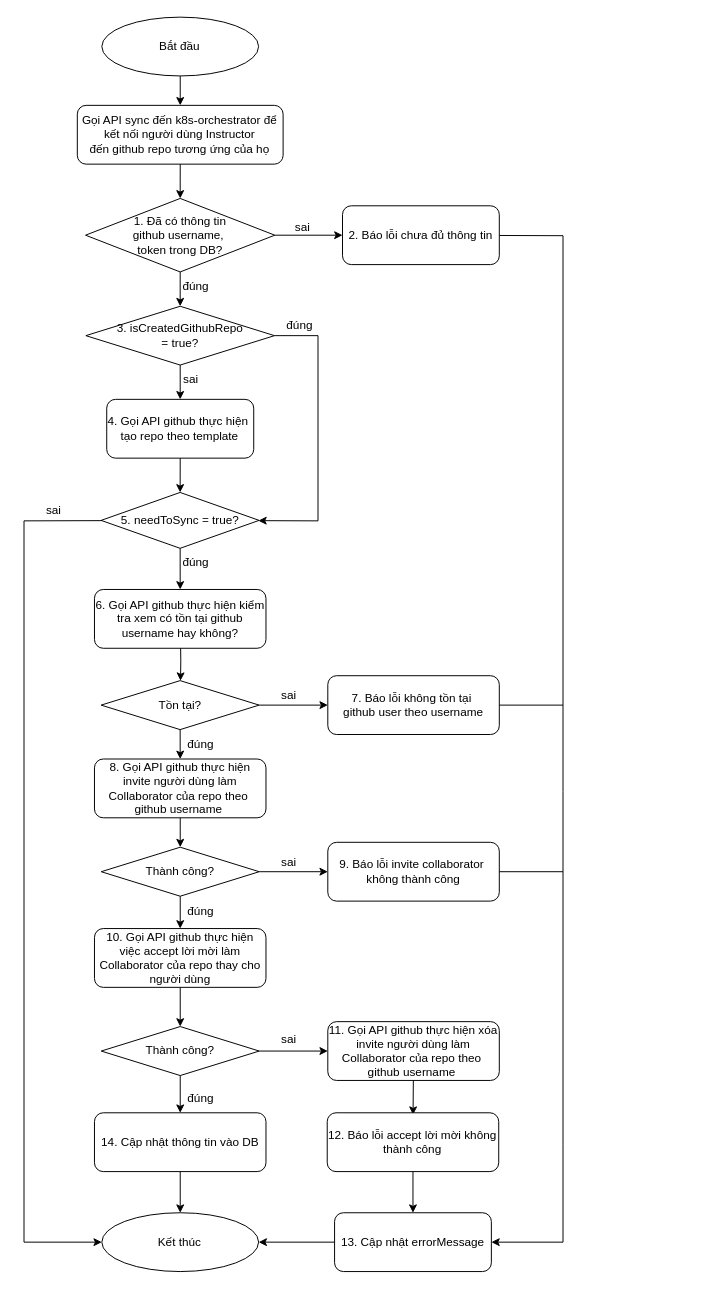
Above: page "connect github repo" (6 of 7) of K8SCloudNut.drawio in hiep1097/drawio (draw.io), before the change. Source tidied: cells renumbered, new cells numbered last; positions are measured from the earlier drawing's top-left corner, leaving out a move shared by most shapes. Both pictures are drawn from the tidied source at 98%, with x=0, y=0 at pixel (24, 17).
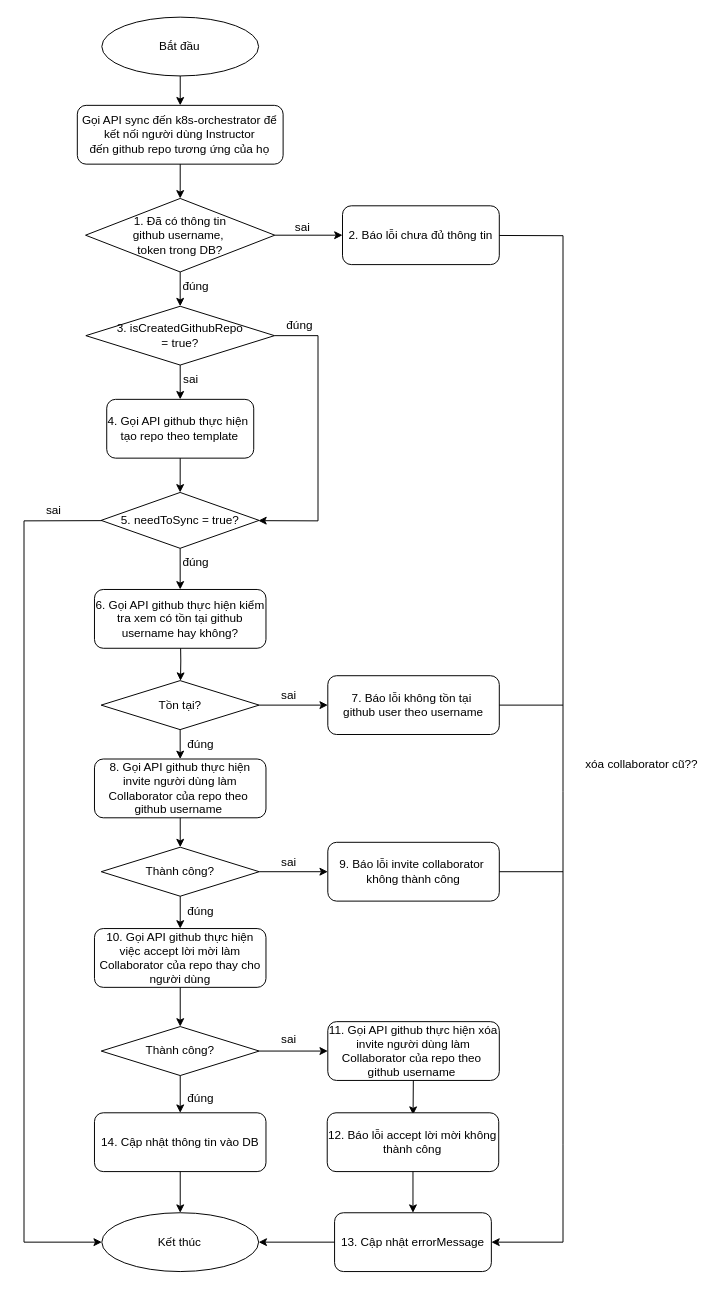
The same page after the edit.

Commit message:
Cập nhật K8SCloudNut.drawio

The edit, as a diff of the source:
```diff
@@
+    <mxCell id="59" value="xóa collaborator cũ??" style="text;html=1;align=center;verticalAlign=middle;strokeColor=none;fillColor=none;" parent="1" vertex="1">
+      <mxGeometry x="560" y="748" width="140" height="30" as="geometry" />
+    </mxCell>
```
